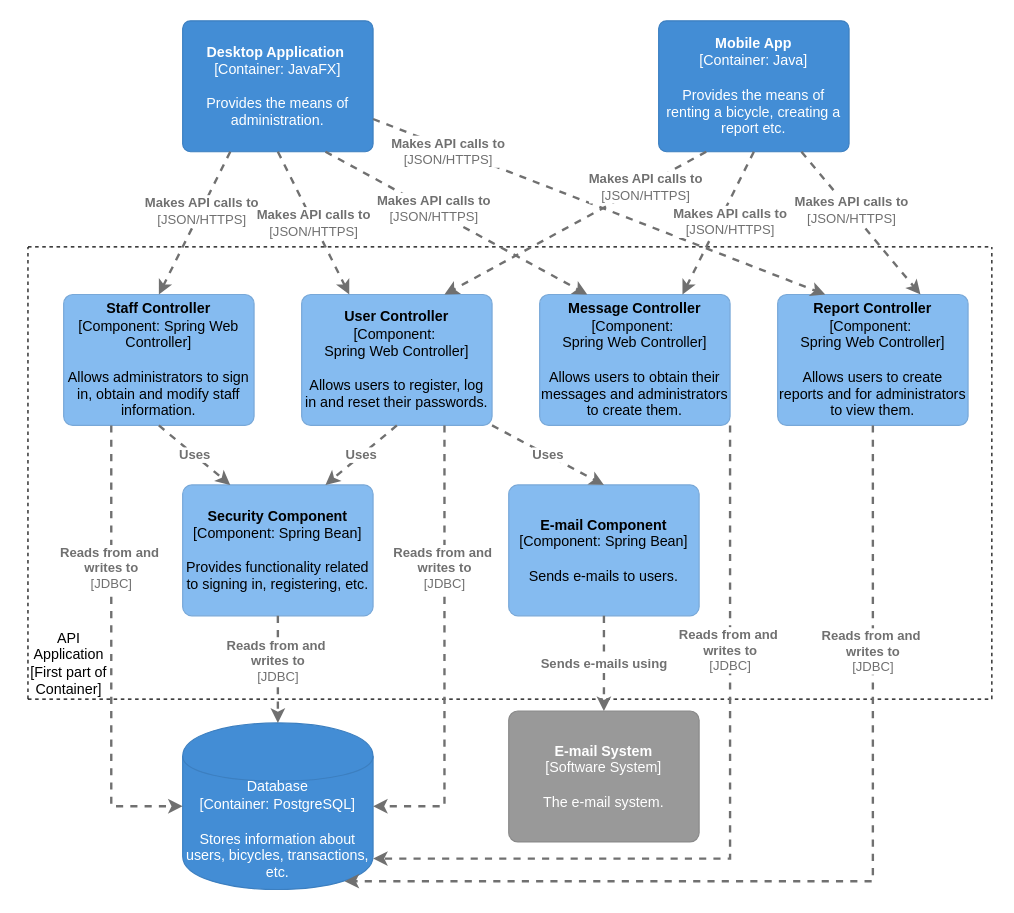
Earlier version of the draw.io diagram Documentation/Architecture/Diagrams/Component Diagram 1.drawio (Tiberiu-Cocei/Licenta). Source tidied: cells renumbered, new cells numbered last; positions are measured from the earlier drawing's top-left corner, leaving out a move shared by most shapes. Both pictures are drawn from the tidied source at 119%, with x=0, y=0 at pixel (20, 20).
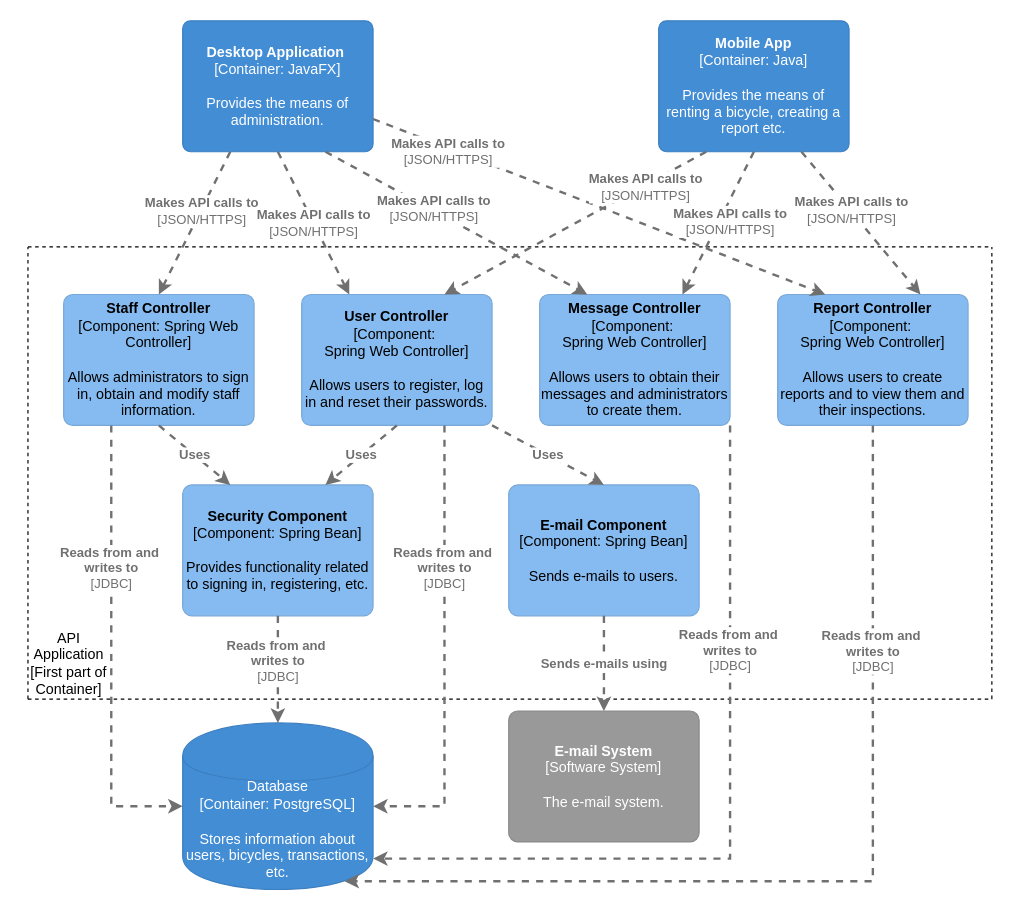
After the change.

Change to the diagram source:
```diff
@@
-    <mxCell id="7" value="&lt;b&gt;Report Controller&lt;/b&gt;&lt;br&gt;&lt;div&gt;[Component:&amp;nbsp;&lt;/div&gt;Spring Web Controller&lt;span&gt;]&lt;/span&gt;&lt;br&gt;&lt;div&gt;&lt;br&gt;&lt;/div&gt;&lt;div&gt;Allows users to create reports and for administrators to view them.&lt;/div&gt;" style="rounded=1;whiteSpace=wrap;html=1;labelBackgroundColor=none;fillColor=#85bbf0;fontColor=#000000;align=center;arcSize=7;strokeColor=#78a8d8;" parent="1" vertex="1">
+    <mxCell id="7" value="&lt;b&gt;Report Controller&lt;/b&gt;&lt;br&gt;&lt;div&gt;[Component:&amp;nbsp;&lt;/div&gt;Spring Web Controller&lt;span&gt;]&lt;/span&gt;&lt;br&gt;&lt;div&gt;&lt;br&gt;&lt;/div&gt;&lt;div&gt;Allows users to create reports and to view them and their inspections.&lt;/div&gt;" style="rounded=1;whiteSpace=wrap;html=1;labelBackgroundColor=none;fillColor=#85bbf0;fontColor=#000000;align=center;arcSize=7;strokeColor=#78a8d8;" parent="1" vertex="1">
       <mxGeometry x="636" y="230" width="160" height="110" as="geometry" />
     </mxCell>
```
